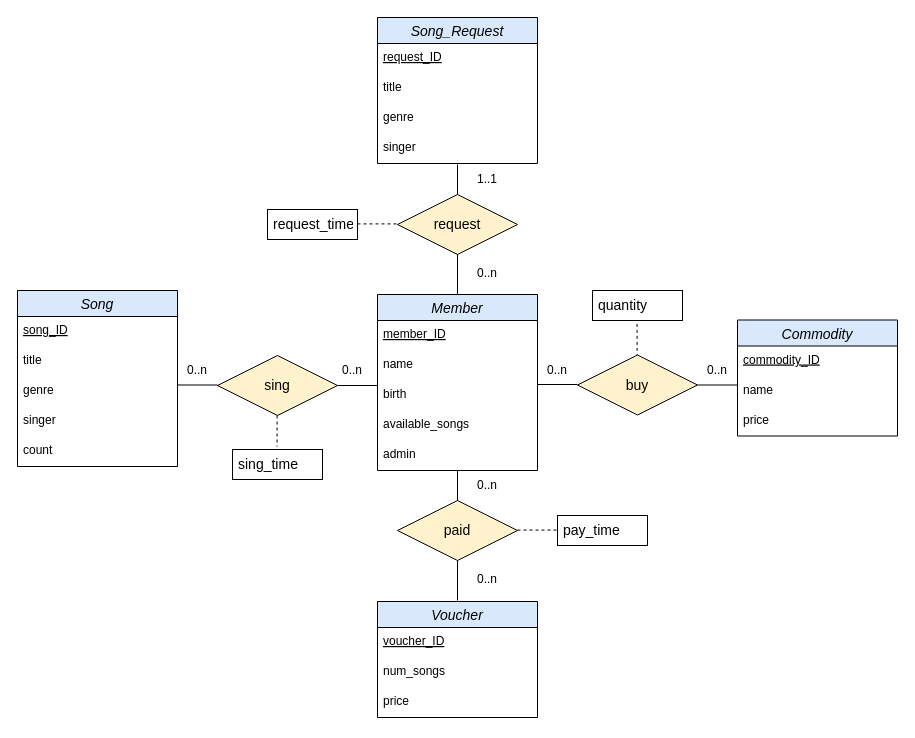
Above: page "ER-Diagram" (2 of 9) of DB_Assignment_4.drawio in jskwak98/DB_Term_Project_Diagram (draw.io), before the change. Source tidied: cells renumbered, new cells numbered last; positions are measured from the earlier drawing's top-left corner, leaving out a move shared by most shapes. Both pictures are drawn from the tidied source at 100%, with x=0, y=0 at pixel (17, 17).
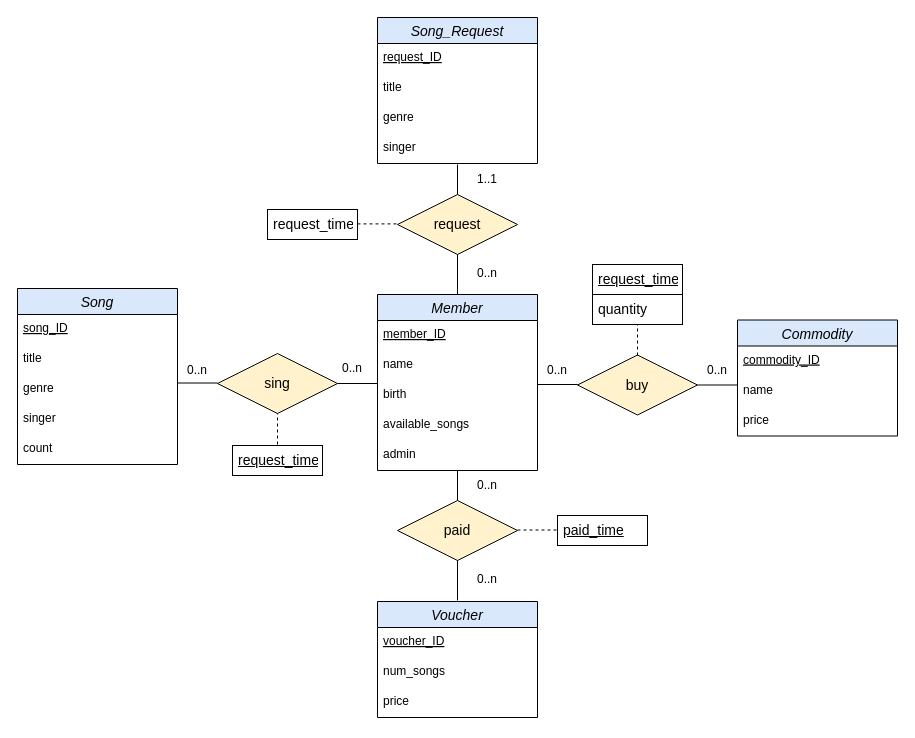
Above is the later version.

Change to the diagram source:
```diff
@@
     <mxCell id="2" value="Song" style="swimlane;fontStyle=2;horizontal=1;startSize=26;align=center;fontSize=14;fillColor=#dae8fc;strokeColor=#000000;" parent="1" vertex="1">
-      <mxGeometry y="273" width="160" height="176" as="geometry" />
+      <mxGeometry y="271" width="160" height="176" as="geometry" />
     </mxCell>
@@
     <mxCell id="27" value="sing" style="shape=rhombus;perimeter=rhombusPerimeter;whiteSpace=wrap;html=1;align=center;fontFamily=Helvetica;fontSize=14;startSize=26;strokeColor=#000000;fillColor=#fff2cc;" parent="1" vertex="1">
-      <mxGeometry x="200" y="338" width="120" height="60" as="geometry" />
+      <mxGeometry x="200" y="336" width="120" height="60" as="geometry" />
     </mxCell>
     <mxCell id="28" style="endArrow=none;html=1;rounded=0;fontFamily=Helvetica;fontSize=14;fontColor=default;startSize=26;" parent="1" edge="1">
       <mxGeometry relative="1" as="geometry">
-        <mxPoint x="320" y="368" as="sourcePoint" />
-        <mxPoint x="360" y="368" as="targetPoint" />
+        <mxPoint x="320" y="366" as="sourcePoint" />
+        <mxPoint x="360" y="366" as="targetPoint" />
       </mxGeometry>
     </mxCell>
     <mxCell id="29" style="endArrow=none;html=1;rounded=0;fontFamily=Helvetica;fontSize=14;fontColor=default;startSize=26;" parent="1" edge="1">
       <mxGeometry relative="1" as="geometry">
-        <mxPoint x="160" y="367.5" as="sourcePoint" />
-        <mxPoint x="200" y="367.5" as="targetPoint" />
+        <mxPoint x="160" y="365.5" as="sourcePoint" />
+        <mxPoint x="200" y="365.5" as="targetPoint" />
       </mxGeometry>
     </mxCell>
@@
-    <mxCell id="38" style="endArrow=none;html=1;rounded=0;fontFamily=Helvetica;fontSize=14;fontColor=default;startSize=26;dashed=1;" parent="1" edge="1">
-      <mxGeometry relative="1" as="geometry">
-        <mxPoint x="619.6" y="306.4" as="sourcePoint" />
-        <mxPoint x="619.6" y="337.5" as="targetPoint" />
-      </mxGeometry>
-    </mxCell>
@@
-    <mxCell id="42" style="endArrow=none;html=1;rounded=0;fontFamily=Helvetica;fontSize=14;fontColor=default;startSize=26;dashed=1;" parent="1" edge="1">
-      <mxGeometry relative="1" as="geometry">
-        <mxPoint x="500" y="512.6" as="sourcePoint" />
-        <mxPoint x="540" y="512.6" as="targetPoint" />
-      </mxGeometry>
-    </mxCell>
-    <mxCell id="43" value="pay_time" style="text;strokeColor=default;fillColor=none;align=left;verticalAlign=middle;spacingLeft=4;spacingRight=4;overflow=hidden;fontFamily=Helvetica;fontSize=14;fontColor=default;startSize=26;html=1;" parent="1" vertex="1">
-      <mxGeometry x="540" y="498" width="90" height="30" as="geometry" />
-    </mxCell>
-    <mxCell id="44" style="endArrow=none;html=1;rounded=0;fontFamily=Helvetica;fontSize=14;fontColor=default;startSize=26;dashed=1;" parent="1" edge="1">
-      <mxGeometry relative="1" as="geometry">
-        <mxPoint x="259.6" y="398" as="sourcePoint" />
-        <mxPoint x="259.6" y="429.1" as="targetPoint" />
-      </mxGeometry>
-    </mxCell>
-    <mxCell id="45" value="quantity" style="text;strokeColor=default;fillColor=none;align=left;verticalAlign=middle;spacingLeft=4;spacingRight=4;overflow=hidden;fontFamily=Helvetica;fontSize=14;fontColor=default;startSize=26;html=1;" parent="1" vertex="1">
-      <mxGeometry x="575" y="273" width="90" height="30" as="geometry" />
-    </mxCell>
-    <mxCell id="46" value="sing_time" style="text;strokeColor=default;fillColor=none;align=left;verticalAlign=middle;spacingLeft=4;spacingRight=4;overflow=hidden;fontFamily=Helvetica;fontSize=14;fontColor=default;startSize=26;html=1;" parent="1" vertex="1">
-      <mxGeometry x="215" y="432" width="90" height="30" as="geometry" />
-    </mxCell>
@@
     <mxCell id="54" value="0..n" style="text;html=1;strokeColor=none;fillColor=none;align=center;verticalAlign=middle;whiteSpace=wrap;rounded=0;fontFamily=Helvetica;fontSize=12;fontColor=default;startSize=40;" parent="1" vertex="1">
-      <mxGeometry x="305" y="337.5" width="60" height="30" as="geometry" />
+      <mxGeometry x="305" y="335.5" width="60" height="30" as="geometry" />
     </mxCell>
+    <mxCell id="55" style="endArrow=none;html=1;rounded=0;fontFamily=Helvetica;fontSize=14;fontColor=default;startSize=26;dashed=1;" parent="1" edge="1">
+      <mxGeometry relative="1" as="geometry">
+        <mxPoint x="260" y="427" as="sourcePoint" />
+        <mxPoint x="260" y="396" as="targetPoint" />
+      </mxGeometry>
+    </mxCell>
+    <mxCell id="56" value="&lt;u&gt;request_time&lt;/u&gt;" style="text;strokeColor=default;fillColor=none;align=left;verticalAlign=middle;spacingLeft=4;spacingRight=4;overflow=hidden;fontFamily=Helvetica;fontSize=14;fontColor=default;startSize=26;html=1;" parent="1" vertex="1">
+      <mxGeometry x="215" y="428" width="90" height="30" as="geometry" />
+    </mxCell>
+    <mxCell id="57" style="endArrow=none;html=1;rounded=0;fontFamily=Helvetica;fontSize=14;fontColor=default;startSize=26;dashed=1;" parent="1" edge="1">
+      <mxGeometry relative="1" as="geometry">
+        <mxPoint x="620" y="338" as="sourcePoint" />
+        <mxPoint x="620" y="307" as="targetPoint" />
+      </mxGeometry>
+    </mxCell>
+    <mxCell id="58" value="&lt;u&gt;request_time&lt;/u&gt;" style="text;strokeColor=default;fillColor=none;align=left;verticalAlign=middle;spacingLeft=4;spacingRight=4;overflow=hidden;fontFamily=Helvetica;fontSize=14;fontColor=default;startSize=26;html=1;" parent="1" vertex="1">
+      <mxGeometry x="575" y="247" width="90" height="30" as="geometry" />
+    </mxCell>
+    <mxCell id="45" value="quantity" style="text;strokeColor=default;fillColor=none;align=left;verticalAlign=middle;spacingLeft=4;spacingRight=4;overflow=hidden;fontFamily=Helvetica;fontSize=14;fontColor=default;startSize=26;html=1;" parent="1" vertex="1">
+      <mxGeometry x="575" y="277" width="90" height="30" as="geometry" />
+    </mxCell>
+    <mxCell id="59" style="endArrow=none;html=1;rounded=0;fontFamily=Helvetica;fontSize=14;fontColor=default;startSize=26;dashed=1;" parent="1" edge="1">
+      <mxGeometry relative="1" as="geometry">
+        <mxPoint x="500" y="512.5" as="sourcePoint" />
+        <mxPoint x="540" y="512.5" as="targetPoint" />
+      </mxGeometry>
+    </mxCell>
+    <mxCell id="60" value="&lt;u&gt;paid_time&lt;/u&gt;" style="text;strokeColor=default;fillColor=none;align=left;verticalAlign=middle;spacingLeft=4;spacingRight=4;overflow=hidden;fontFamily=Helvetica;fontSize=14;fontColor=default;startSize=26;html=1;" parent="1" vertex="1">
+      <mxGeometry x="540" y="498" width="90" height="30" as="geometry" />
+    </mxCell>
```
